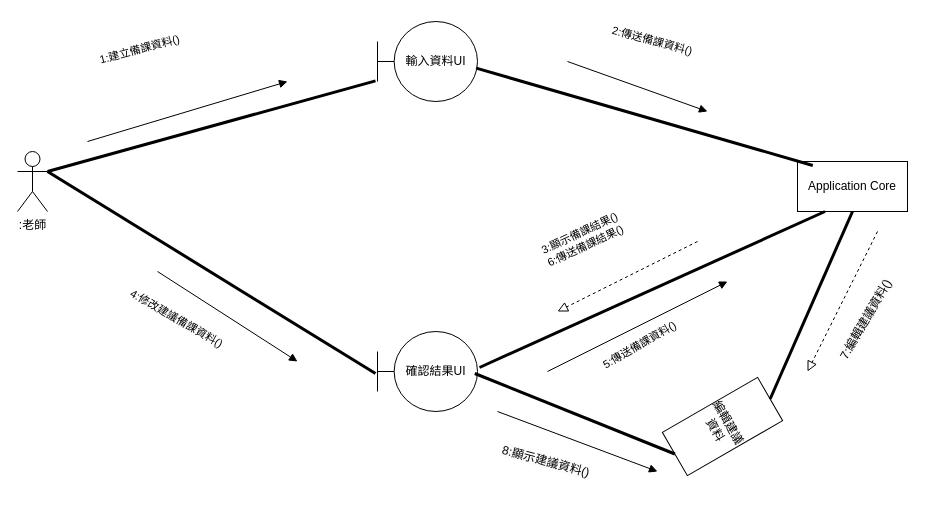
Kevincheng0804/System-analysis keeps this draw.io diagram as 溝通圖(建立備課資料).drawio. Above is the earlier version. Source tidied: cells renumbered, new cells numbered last; positions are measured from the earlier drawing's top-left corner, leaving out a move shared by most shapes. Both pictures are drawn from the tidied source at 100%, with x=0, y=0 at pixel (17, 21).
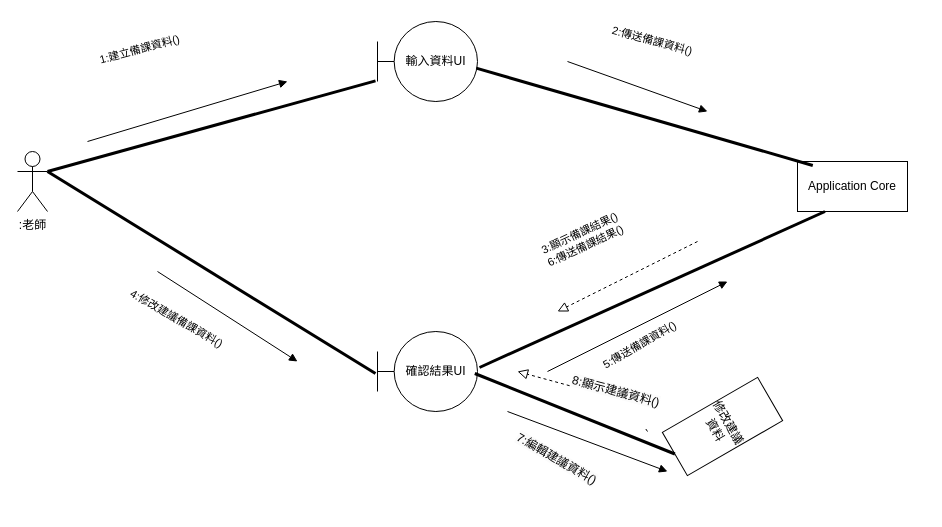
Above is the later version.

Unchanged cells that the change refers to:
```xml
<mxCell id="5" value="Application Core" style="html=1;whiteSpace=wrap;" parent="1" vertex="1">
  <mxGeometry x="780" y="140" width="110" height="50" as="geometry" />
</mxCell>
```

The edit, as a diff of the source:
```diff
@@
-    <mxCell id="20" value="編輯建議資料" style="html=1;whiteSpace=wrap;rotation=60;direction=south;" parent="1" vertex="1">
+    <mxCell id="20" value="修改建議資料" style="html=1;whiteSpace=wrap;rotation=60;direction=south;" parent="1" vertex="1">
       <mxGeometry x="680" y="350" width="50" height="110" as="geometry" />
     </mxCell>
-    <mxCell id="21" style="endArrow=none;startArrow=none;endFill=0;startFill=0;endSize=8;html=1;verticalAlign=bottom;labelBackgroundColor=none;strokeWidth=3;rounded=0;entryX=0.5;entryY=1;entryDx=0;entryDy=0;exitX=0;exitY=0.5;exitDx=0;exitDy=0;" parent="1" edge="1" source="20" target="5">
-      <mxGeometry relative="1" as="geometry" />
-    </mxCell>
@@
-    <mxCell id="23" value="&lt;span style=&quot;color: rgb(0, 0, 0); font-family: Helvetica; font-size: 12px; font-style: normal; font-variant-ligatures: normal; font-variant-caps: normal; font-weight: 400; letter-spacing: normal; orphans: 2; text-align: center; text-indent: 0px; text-transform: none; widows: 2; word-spacing: 0px; -webkit-text-stroke-width: 0px; background-color: rgb(251, 251, 251); text-decoration-thickness: initial; text-decoration-style: initial; text-decoration-color: initial; float: none; display: inline !important;&quot;&gt;7:編輯建議資料()&lt;/span&gt;" style="text;whiteSpace=wrap;html=1;rotation=-60;" parent="1" vertex="1">
-      <mxGeometry x="800" y="270" width="120" height="40" as="geometry" />
+    <mxCell id="23" value="&lt;span style=&quot;color: rgb(0, 0, 0); font-family: Helvetica; font-size: 12px; font-style: normal; font-variant-ligatures: normal; font-variant-caps: normal; font-weight: 400; letter-spacing: normal; orphans: 2; text-align: center; text-indent: 0px; text-transform: none; widows: 2; word-spacing: 0px; -webkit-text-stroke-width: 0px; background-color: rgb(251, 251, 251); text-decoration-thickness: initial; text-decoration-style: initial; text-decoration-color: initial; float: none; display: inline !important;&quot;&gt;7:編輯建議資料()&lt;/span&gt;" style="text;whiteSpace=wrap;html=1;rotation=30;" parent="1" vertex="1">
+      <mxGeometry x="490" y="430" width="120" height="30" as="geometry" />
     </mxCell>
-    <mxCell id="24" value="&lt;span style=&quot;color: rgb(0, 0, 0); font-family: Helvetica; font-size: 12px; font-style: normal; font-variant-ligatures: normal; font-variant-caps: normal; font-weight: 400; letter-spacing: normal; orphans: 2; text-align: center; text-indent: 0px; text-transform: none; widows: 2; word-spacing: 0px; -webkit-text-stroke-width: 0px; background-color: rgb(251, 251, 251); text-decoration-thickness: initial; text-decoration-style: initial; text-decoration-color: initial; float: none; display: inline !important;&quot;&gt;8:顯示建議資料()&lt;/span&gt;" style="text;whiteSpace=wrap;html=1;rotation=15;" parent="1" vertex="1">
-      <mxGeometry x="480" y="430" width="120" height="40" as="geometry" />
-    </mxCell>
     <mxCell id="25" style="html=1;verticalAlign=bottom;labelBackgroundColor=none;endArrow=block;endFill=1;rounded=0;" parent="1" edge="1">
       <mxGeometry relative="1" as="geometry">
-        <mxPoint x="480" y="390" as="sourcePoint" />
-        <mxPoint x="640" y="450" as="targetPoint" />
+        <mxPoint x="490" y="390" as="sourcePoint" />
+        <mxPoint x="650" y="450" as="targetPoint" />
       </mxGeometry>
     </mxCell>
-    <mxCell id="26" style="endArrow=block;startArrow=none;endFill=0;startFill=0;endSize=8;html=1;verticalAlign=bottom;dashed=1;labelBackgroundColor=none;rounded=0;" parent="1" edge="1">
+    <mxCell id="26" style="endArrow=block;startArrow=none;endFill=0;startFill=0;endSize=8;html=1;verticalAlign=bottom;dashed=1;labelBackgroundColor=none;rounded=0;" parent="1" edge="1" source="24">
       <mxGeometry relative="1" as="geometry">
-        <mxPoint x="860" y="210" as="sourcePoint" />
-        <mxPoint x="790" y="350" as="targetPoint" />
+        <mxPoint x="500" y="350" as="targetPoint" />
       </mxGeometry>
     </mxCell>
+    <mxCell id="27" style="endArrow=none;startArrow=none;endFill=0;startFill=0;endSize=8;html=1;verticalAlign=bottom;dashed=1;labelBackgroundColor=none;rounded=0;" parent="1" edge="1" target="24">
+      <mxGeometry relative="1" as="geometry">
+        <mxPoint x="630" y="410" as="sourcePoint" />
+      </mxGeometry>
+    </mxCell>
+    <mxCell id="24" value="&lt;span style=&quot;color: rgb(0, 0, 0); font-family: Helvetica; font-size: 12px; font-style: normal; font-variant-ligatures: normal; font-variant-caps: normal; font-weight: 400; letter-spacing: normal; orphans: 2; text-align: center; text-indent: 0px; text-transform: none; widows: 2; word-spacing: 0px; -webkit-text-stroke-width: 0px; background-color: rgb(251, 251, 251); text-decoration-thickness: initial; text-decoration-style: initial; text-decoration-color: initial; float: none; display: inline !important;&quot;&gt;8:顯示建議資料()&lt;/span&gt;" style="text;whiteSpace=wrap;html=1;rotation=15;" parent="1" vertex="1">
+      <mxGeometry x="550" y="360" width="120" height="40" as="geometry" />
+    </mxCell>
```
